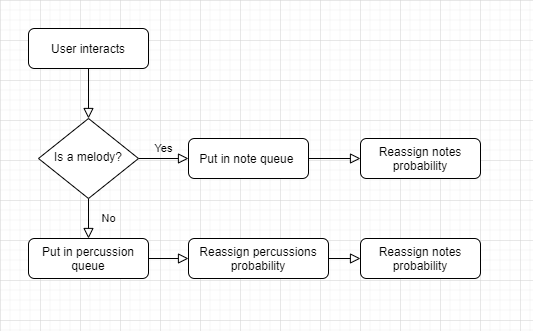
Earlier version of the draw.io export documentation/diagrams/flowchart1.png (FedericoDiMarzo/MusesEchoes). Source tidied: cells renumbered, new cells last; positions are measured from the earlier drawing's top-left corner, leaving out a move shared by most shapes.
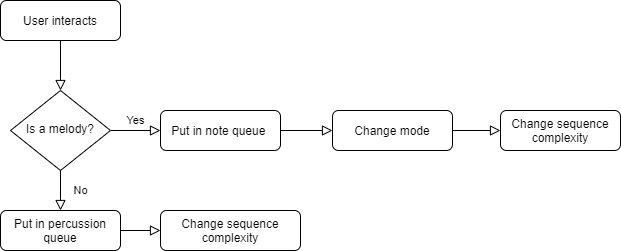
Later version of the same file.

What changed in the source:
```diff
@@ -25,25 +25,23 @@
     <mxCell id="8" style="rounded=0;html=1;jettySize=auto;fontSize=11;endArrow=block;endFill=0;endSize=8;strokeWidth=1;shadow=0;labelBackgroundColor=none;edgeStyle=orthogonalEdgeStyle;entryX=0;entryY=0.5;entryDx=0;entryDy=0;exitX=1;exitY=0.5;exitDx=0;exitDy=0;" parent="1" edge="1" source="10" target="9">
       <mxGeometry x="0.33" y="20" relative="1" as="geometry" />
     </mxCell>
-    <mxCell id="9" value="Reassign percussions probability" style="rounded=1;whiteSpace=wrap;html=1;fontSize=12;glass=0;strokeWidth=1;shadow=0;" parent="1" vertex="1">
+    <mxCell id="9" value="Change sequence complexity" style="rounded=1;whiteSpace=wrap;html=1;fontSize=12;glass=0;strokeWidth=1;shadow=0;" parent="1" vertex="1">
       <mxGeometry x="160" y="210" width="140" height="40" as="geometry" />
     </mxCell>
     <mxCell id="10" value="Put in percussion queue" style="rounded=1;whiteSpace=wrap;html=1;fontSize=12;glass=0;strokeWidth=1;shadow=0;" parent="1" vertex="1">
       <mxGeometry y="210" width="120" height="40" as="geometry" />
     </mxCell>
-    <mxCell id="11" value="Reassign notes probability" style="rounded=1;whiteSpace=wrap;html=1;fontSize=12;glass=0;strokeWidth=1;shadow=0;" parent="1" vertex="1">
+    <mxCell id="11" value="Change mode" style="rounded=1;whiteSpace=wrap;html=1;fontSize=12;glass=0;strokeWidth=1;shadow=0;" parent="1" vertex="1">
       <mxGeometry x="332" y="110" width="120" height="40" as="geometry" />
     </mxCell>
     <mxCell id="12" style="rounded=0;html=1;jettySize=auto;fontSize=11;endArrow=block;endFill=0;endSize=8;strokeWidth=1;shadow=0;labelBackgroundColor=none;edgeStyle=orthogonalEdgeStyle;exitX=1;exitY=0.5;exitDx=0;exitDy=0;" parent="1" edge="1" source="7" target="11">
       <mxGeometry relative="1" as="geometry" />
     </mxCell>
-    <mxCell id="13" value="Reassign notes probability" style="rounded=1;whiteSpace=wrap;html=1;fontSize=12;glass=0;strokeWidth=1;shadow=0;" parent="1" vertex="1">
-      <mxGeometry x="332" y="210" width="120" height="40" as="geometry" />
-    </mxCell>
-    <mxCell id="14" style="rounded=0;html=1;jettySize=auto;fontSize=11;endArrow=block;endFill=0;endSize=8;strokeWidth=1;shadow=0;labelBackgroundColor=none;edgeStyle=orthogonalEdgeStyle;" parent="1" edge="1" target="13">
-      <mxGeometry relative="1" as="geometry">
-        <mxPoint x="300" y="230" as="sourcePoint" />
-      </mxGeometry>
-    </mxCell>
+    <mxCell id="15" value="Change sequence complexity" style="rounded=1;whiteSpace=wrap;html=1;fontSize=12;glass=0;strokeWidth=1;shadow=0;" parent="1" vertex="1">
+      <mxGeometry x="500" y="110" width="120" height="40" as="geometry" />
+    </mxCell>
+    <mxCell id="16" style="rounded=0;html=1;jettySize=auto;fontSize=11;endArrow=block;endFill=0;endSize=8;strokeWidth=1;shadow=0;labelBackgroundColor=none;edgeStyle=orthogonalEdgeStyle;exitX=1;exitY=0.5;exitDx=0;exitDy=0;entryX=0;entryY=0.5;entryDx=0;entryDy=0;" parent="1" edge="1" source="11" target="15">
+      <mxGeometry relative="1" as="geometry" />
+    </mxCell>
   </root>
 </mxGraphModel>
```
